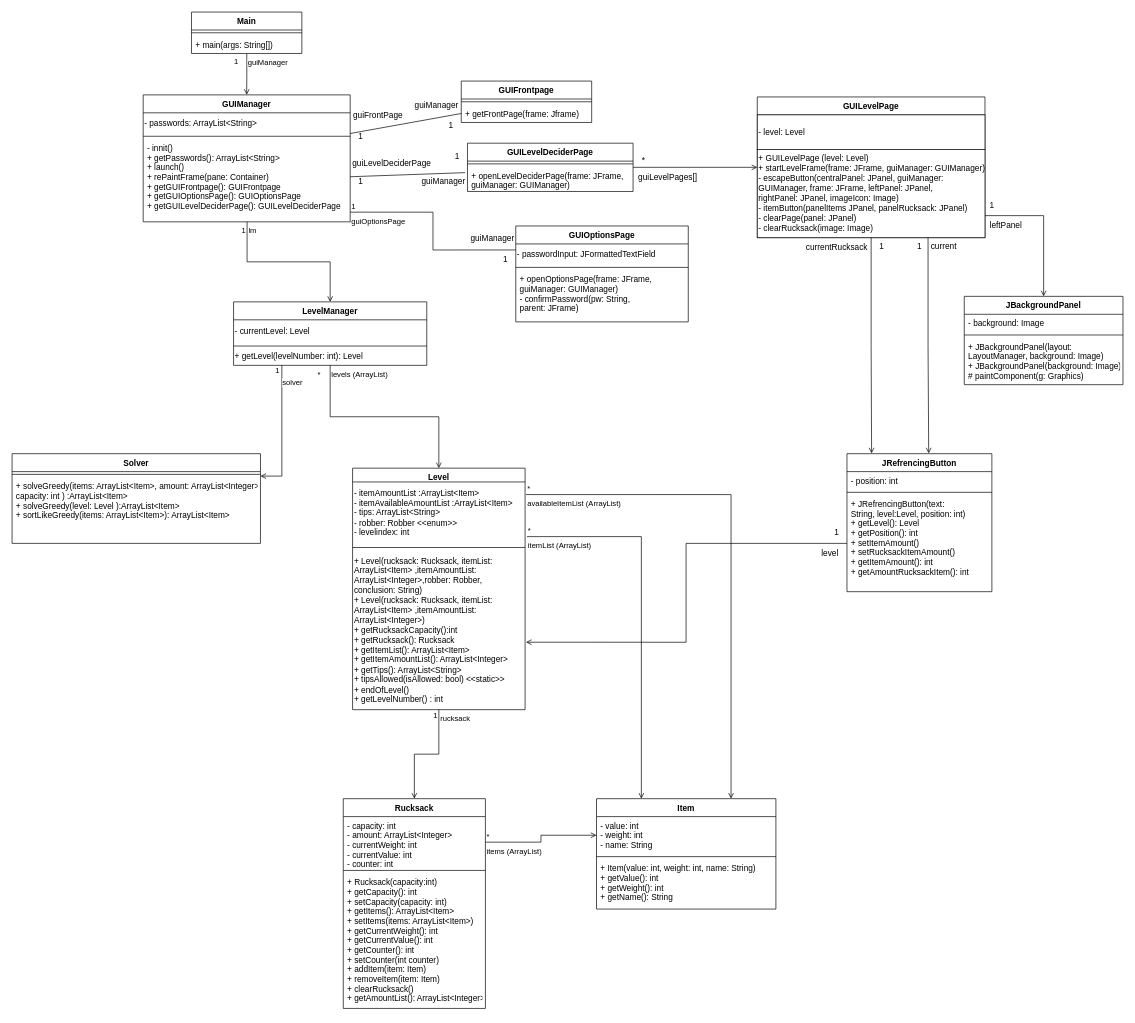
The draw.io diagram Klassendiagramm.drawio in CaroReutin/Teamprojekt, before the edit. Source tidied: cells renumbered, new cells numbered last; positions are measured from the earlier drawing's top-left corner, leaving out a move shared by most shapes. Both pictures are drawn from the tidied source at 69%, with x=0, y=0 at pixel (12, 12).
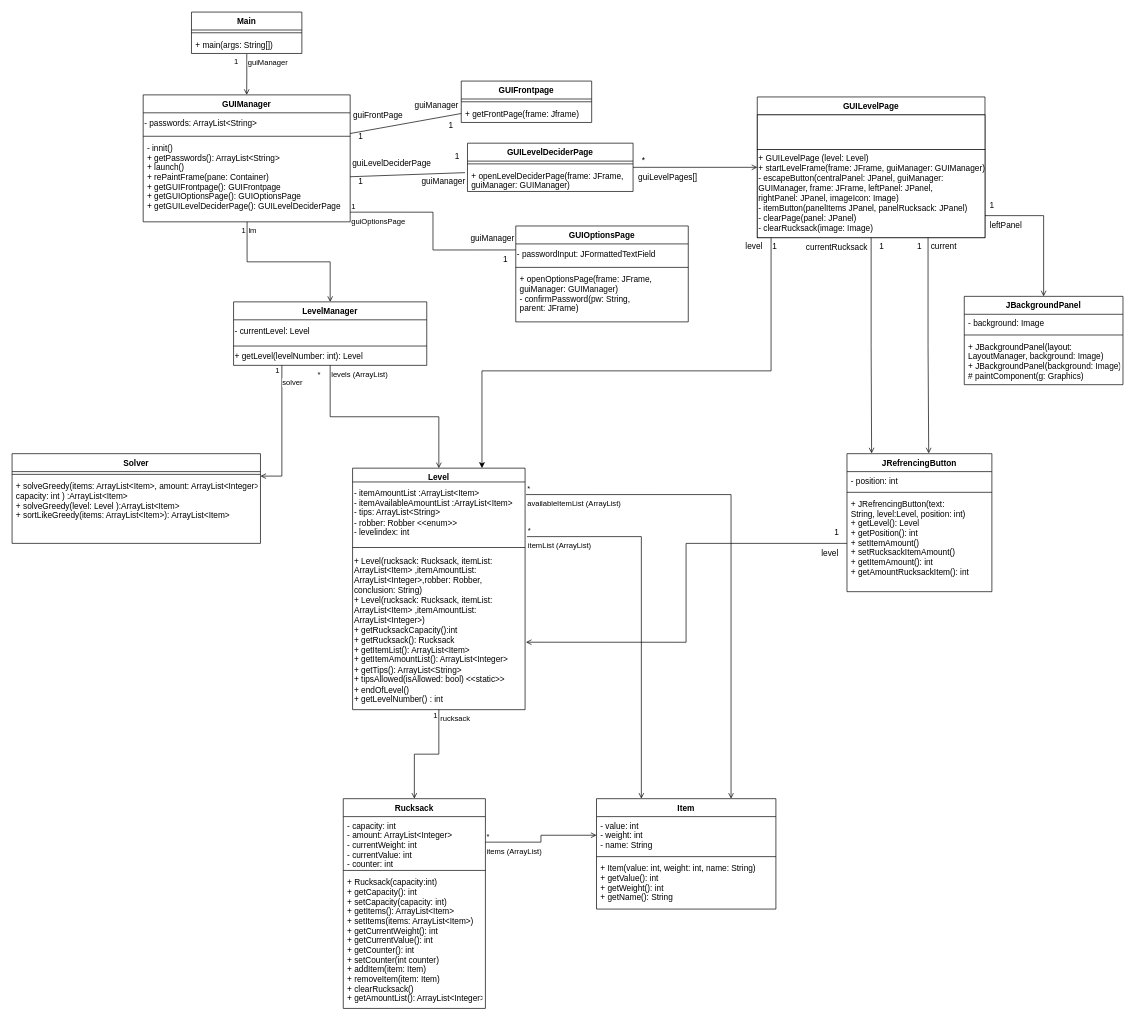
After the change.

Commit message:
Change level in GUILevelPane to association

The change refers to these unchanged cells:
```xml
<mxCell id="20" value="Level" style="swimlane;fontStyle=1;align=center;verticalAlign=top;horizontal=1;startSize=20;" parent="1" vertex="1">
  <mxGeometry x="493.5" y="661" width="250" height="350" as="geometry" />
</mxCell>
<mxCell id="59" value="GUILevelPage" style="swimlane;fontStyle=1;align=center;verticalAlign=top;horizontal=1;startSize=26;" parent="1" vertex="1">
  <mxGeometry x="1080" y="123" width="330" height="204" as="geometry" />
</mxCell>
<mxCell id="61" value="&lt;div style=&quot;&quot;&gt;&lt;span style=&quot;background-color: initial;&quot;&gt;+ GUILevelPage (level: Level)&lt;/span&gt;&lt;/div&gt;&lt;div style=&quot;&quot;&gt;&lt;span style=&quot;background-color: initial;&quot;&gt;+ startLevelFrame(frame: JFrame, guiManager: GUIManager)&lt;/span&gt;&lt;/div&gt;&lt;div style=&quot;&quot;&gt;&lt;span style=&quot;background-color: initial;&quot;&gt;- escapeButton(centralPanel: JPanel, guiManager:&amp;nbsp;&lt;/span&gt;&lt;/div&gt;&lt;div style=&quot;&quot;&gt;&lt;span style=&quot;background-color: initial;&quot;&gt;GUIManager, frame: JFrame, leftPanel: JPanel,&amp;nbsp;&lt;/span&gt;&lt;/div&gt;&lt;div style=&quot;&quot;&gt;&lt;span style=&quot;background-color: initial;&quot;&gt;rightPanel: JPanel, imageIcon: Image)&lt;/span&gt;&lt;/div&gt;&lt;div style=&quot;&quot;&gt;&lt;span style=&quot;background-color: initial;&quot;&gt;- itemButton(panelItems JPanel, panelRucksack: JPanel)&lt;/span&gt;&lt;/div&gt;&lt;div style=&quot;&quot;&gt;- clearPage(panel: JPanel)&lt;/div&gt;&lt;div style=&quot;&quot;&gt;- clearRucksack(image: Image)&lt;/div&gt;" style="html=1;align=left;" parent="59" vertex="1">
  <mxGeometry y="76" width="330" height="128" as="geometry" />
</mxCell>
```

Diff of the diagram source:
```diff
@@
-    <mxCell id="60" value="- level: Level" style="html=1;align=left;" parent="59" vertex="1">
+    <mxCell id="60" style="html=1;align=left;" parent="59" vertex="1">
       <mxGeometry y="26" width="330" height="50" as="geometry" />
     </mxCell>
@@
+    <mxCell id="94" style="edgeStyle=orthogonalEdgeStyle;rounded=0;jettySize=auto;html=1;entryX=0.75;entryY=0;entryDx=0;entryDy=0;" parent="1" edge="1" source="61" target="20">
+      <mxGeometry relative="1" as="geometry">
+        <Array as="points">
+          <mxPoint x="1100" y="520" />
+          <mxPoint x="681" y="520" />
+        </Array>
+      </mxGeometry>
+    </mxCell>
+    <mxCell id="95" value="1" style="text;html=1;align=center;verticalAlign=middle;strokeColor=none;fillColor=none;" parent="1" vertex="1">
+      <mxGeometry x="1090" y="325" width="30" height="30" as="geometry" />
+    </mxCell>
+    <mxCell id="96" value="level" style="text;html=1;align=center;verticalAlign=middle;strokeColor=none;fillColor=none;" parent="1" vertex="1">
+      <mxGeometry x="1050" y="325" width="50" height="30" as="geometry" />
+    </mxCell>
```
